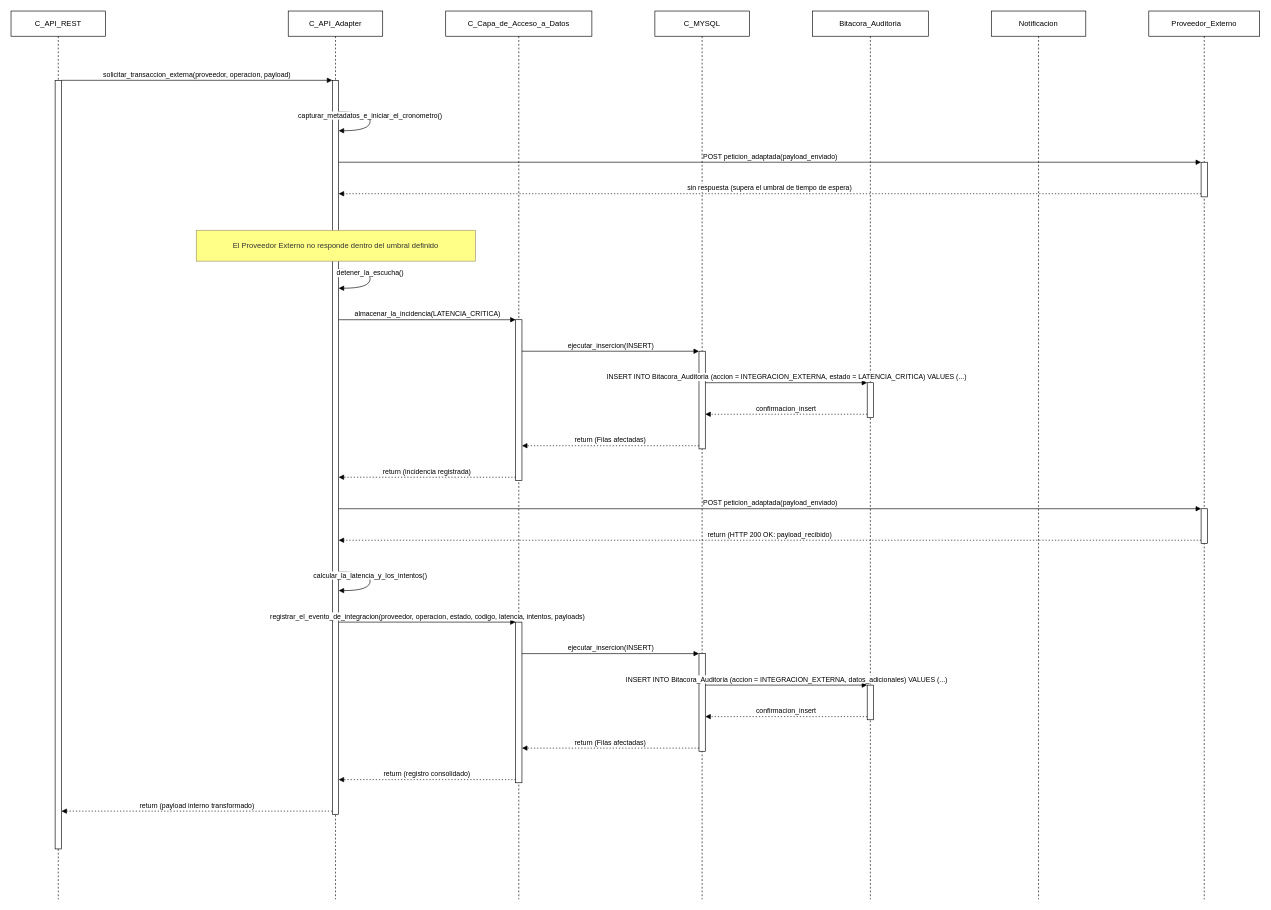
The draw.io diagram page "CU69 - Excepción 2" (3 of 4) of documentacion-incremento2/diagramas-secuencia/CU69/CU69.drawio in ThecheeseDX/IDS_FRO-Salud-App, before the edit. Source tidied: cells renumbered, new cells numbered last; positions are measured from the earlier drawing's top-left corner, leaving out a move shared by most shapes. Both pictures are drawn from the tidied source at 63%, with x=0, y=0 at pixel (11, 11).
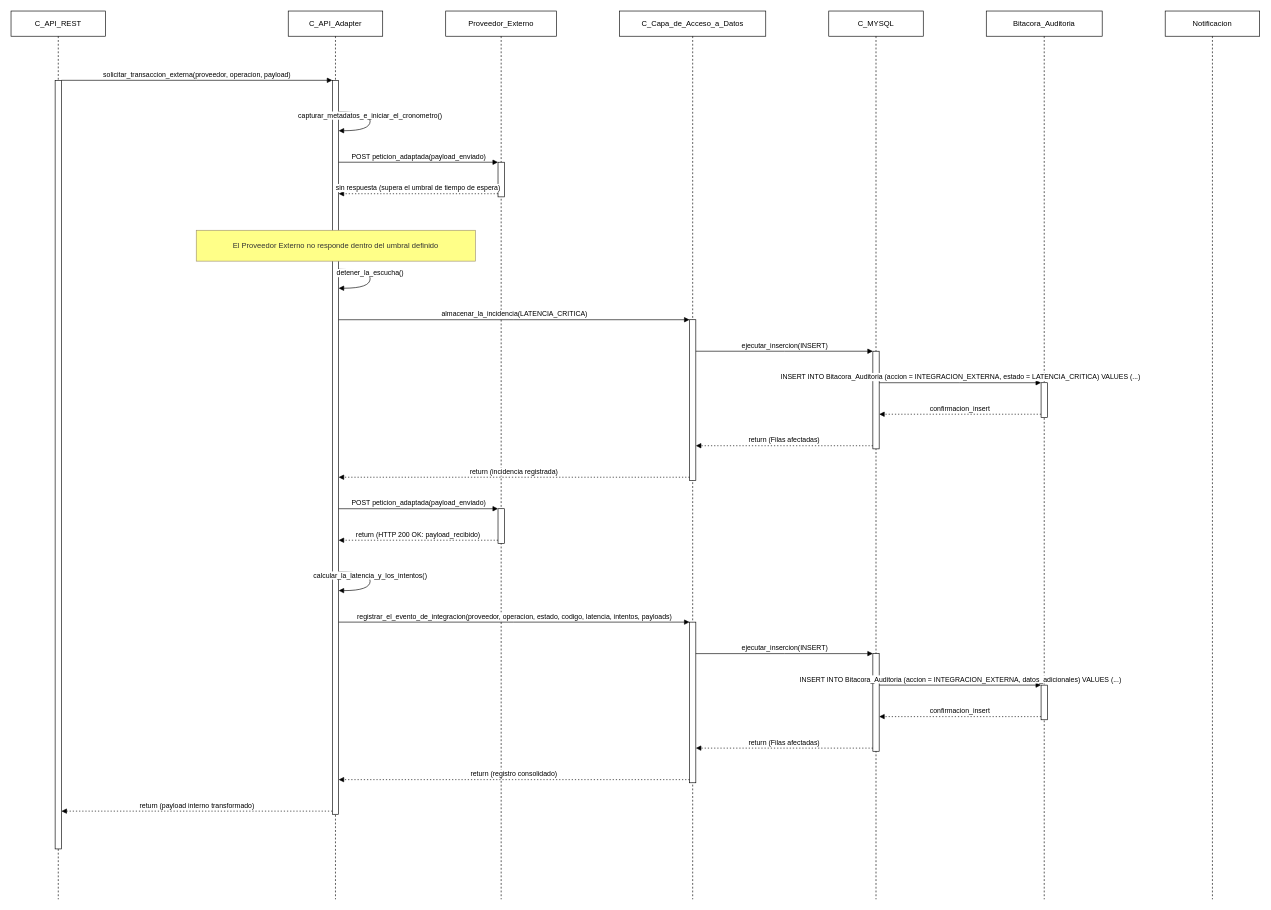
The same page after the edit.

Unchanged cells that the change refers to:
```xml
<mxCell id="5" style="html=1;points=[];perimeter=orthogonalPerimeter;outlineConnect=0;targetShapes=umlLifeline;portConstraint=eastwest;newEdgeStyle={&quot;edgeStyle&quot;:&quot;elbowEdgeStyle&quot;,&quot;elbow&quot;:&quot;vertical&quot;,&quot;curved&quot;:0,&quot;rounded&quot;:0};" parent="4" vertex="1">
  <mxGeometry x="70" y="110" width="10" height="1165" as="geometry" />
</mxCell>
```

Change to the diagram source:
```diff
@@
-    <mxCell id="6" value="C_Capa_de_Acceso_a_Datos" style="shape=umlLifeline;perimeter=lifelinePerimeter;whiteSpace=wrap;html=1;newEdgeStyle={&quot;edgeStyle&quot;:&quot;elbowEdgeStyle&quot;,&quot;elbow&quot;:&quot;vertical&quot;,&quot;curved&quot;:0,&quot;rounded&quot;:0};" parent="1" vertex="1">
-      <mxGeometry x="690" width="232" height="1410" as="geometry" />
+    <mxCell id="6" value="Proveedor_Externo" style="shape=umlLifeline;perimeter=lifelinePerimeter;whiteSpace=wrap;html=1;newEdgeStyle={&quot;edgeStyle&quot;:&quot;elbowEdgeStyle&quot;,&quot;elbow&quot;:&quot;vertical&quot;,&quot;curved&quot;:0,&quot;rounded&quot;:0};" parent="1" vertex="1">
+      <mxGeometry x="690" width="176" height="1410" as="geometry" />
     </mxCell>
     <mxCell id="7" style="html=1;points=[];perimeter=orthogonalPerimeter;outlineConnect=0;targetShapes=umlLifeline;portConstraint=eastwest;newEdgeStyle={&quot;edgeStyle&quot;:&quot;elbowEdgeStyle&quot;,&quot;elbow&quot;:&quot;vertical&quot;,&quot;curved&quot;:0,&quot;rounded&quot;:0};" parent="6" vertex="1">
-      <mxGeometry x="111" y="490" width="10" height="255" as="geometry" />
+      <mxGeometry x="83" y="240" width="10" height="55" as="geometry" />
     </mxCell>
     <mxCell id="8" style="html=1;points=[];perimeter=orthogonalPerimeter;outlineConnect=0;targetShapes=umlLifeline;portConstraint=eastwest;newEdgeStyle={&quot;edgeStyle&quot;:&quot;elbowEdgeStyle&quot;,&quot;elbow&quot;:&quot;vertical&quot;,&quot;curved&quot;:0,&quot;rounded&quot;:0};" parent="6" vertex="1">
-      <mxGeometry x="111" y="970" width="10" height="255" as="geometry" />
+      <mxGeometry x="83" y="790" width="10" height="55" as="geometry" />
     </mxCell>
-    <mxCell id="9" value="C_MYSQL" style="shape=umlLifeline;perimeter=lifelinePerimeter;whiteSpace=wrap;html=1;newEdgeStyle={&quot;edgeStyle&quot;:&quot;elbowEdgeStyle&quot;,&quot;elbow&quot;:&quot;vertical&quot;,&quot;curved&quot;:0,&quot;rounded&quot;:0};" parent="1" vertex="1">
-      <mxGeometry x="1022" width="150" height="1410" as="geometry" />
+    <mxCell id="9" value="C_Capa_de_Acceso_a_Datos" style="shape=umlLifeline;perimeter=lifelinePerimeter;whiteSpace=wrap;html=1;newEdgeStyle={&quot;edgeStyle&quot;:&quot;elbowEdgeStyle&quot;,&quot;elbow&quot;:&quot;vertical&quot;,&quot;curved&quot;:0,&quot;rounded&quot;:0};" parent="1" vertex="1">
+      <mxGeometry x="966" width="232" height="1410" as="geometry" />
     </mxCell>
     <mxCell id="10" style="html=1;points=[];perimeter=orthogonalPerimeter;outlineConnect=0;targetShapes=umlLifeline;portConstraint=eastwest;newEdgeStyle={&quot;edgeStyle&quot;:&quot;elbowEdgeStyle&quot;,&quot;elbow&quot;:&quot;vertical&quot;,&quot;curved&quot;:0,&quot;rounded&quot;:0};" parent="9" vertex="1">
-      <mxGeometry x="70" y="540" width="10" height="155" as="geometry" />
+      <mxGeometry x="111" y="490" width="10" height="255" as="geometry" />
     </mxCell>
     <mxCell id="11" style="html=1;points=[];perimeter=orthogonalPerimeter;outlineConnect=0;targetShapes=umlLifeline;portConstraint=eastwest;newEdgeStyle={&quot;edgeStyle&quot;:&quot;elbowEdgeStyle&quot;,&quot;elbow&quot;:&quot;vertical&quot;,&quot;curved&quot;:0,&quot;rounded&quot;:0};" parent="9" vertex="1">
-      <mxGeometry x="70" y="1020" width="10" height="155" as="geometry" />
+      <mxGeometry x="111" y="970" width="10" height="255" as="geometry" />
     </mxCell>
-    <mxCell id="12" value="Bitacora_Auditoria" style="shape=umlLifeline;perimeter=lifelinePerimeter;whiteSpace=wrap;html=1;newEdgeStyle={&quot;edgeStyle&quot;:&quot;elbowEdgeStyle&quot;,&quot;elbow&quot;:&quot;vertical&quot;,&quot;curved&quot;:0,&quot;rounded&quot;:0};" parent="1" vertex="1">
-      <mxGeometry x="1272" width="184" height="1410" as="geometry" />
+    <mxCell id="12" value="C_MYSQL" style="shape=umlLifeline;perimeter=lifelinePerimeter;whiteSpace=wrap;html=1;newEdgeStyle={&quot;edgeStyle&quot;:&quot;elbowEdgeStyle&quot;,&quot;elbow&quot;:&quot;vertical&quot;,&quot;curved&quot;:0,&quot;rounded&quot;:0};" parent="1" vertex="1">
+      <mxGeometry x="1298" width="150" height="1410" as="geometry" />
     </mxCell>
     <mxCell id="13" style="html=1;points=[];perimeter=orthogonalPerimeter;outlineConnect=0;targetShapes=umlLifeline;portConstraint=eastwest;newEdgeStyle={&quot;edgeStyle&quot;:&quot;elbowEdgeStyle&quot;,&quot;elbow&quot;:&quot;vertical&quot;,&quot;curved&quot;:0,&quot;rounded&quot;:0};" parent="12" vertex="1">
-      <mxGeometry x="87" y="590" width="10" height="55" as="geometry" />
+      <mxGeometry x="70" y="540" width="10" height="155" as="geometry" />
     </mxCell>
     <mxCell id="14" style="html=1;points=[];perimeter=orthogonalPerimeter;outlineConnect=0;targetShapes=umlLifeline;portConstraint=eastwest;newEdgeStyle={&quot;edgeStyle&quot;:&quot;elbowEdgeStyle&quot;,&quot;elbow&quot;:&quot;vertical&quot;,&quot;curved&quot;:0,&quot;rounded&quot;:0};" parent="12" vertex="1">
-      <mxGeometry x="87" y="1070" width="10" height="55" as="geometry" />
+      <mxGeometry x="70" y="1020" width="10" height="155" as="geometry" />
     </mxCell>
-    <mxCell id="15" value="Notificacion" style="shape=umlLifeline;perimeter=lifelinePerimeter;whiteSpace=wrap;html=1;newEdgeStyle={&quot;edgeStyle&quot;:&quot;elbowEdgeStyle&quot;,&quot;elbow&quot;:&quot;vertical&quot;,&quot;curved&quot;:0,&quot;rounded&quot;:0};" parent="1" vertex="1">
-      <mxGeometry x="1556" width="150" height="1410" as="geometry" />
+    <mxCell id="15" value="Bitacora_Auditoria" style="shape=umlLifeline;perimeter=lifelinePerimeter;whiteSpace=wrap;html=1;newEdgeStyle={&quot;edgeStyle&quot;:&quot;elbowEdgeStyle&quot;,&quot;elbow&quot;:&quot;vertical&quot;,&quot;curved&quot;:0,&quot;rounded&quot;:0};" parent="1" vertex="1">
+      <mxGeometry x="1548" width="184" height="1410" as="geometry" />
     </mxCell>
-    <mxCell id="16" value="Proveedor_Externo" style="shape=umlLifeline;perimeter=lifelinePerimeter;whiteSpace=wrap;html=1;outlineConnect=0;portConstraint=eastwest;newEdgeStyle={&quot;edgeStyle&quot;:&quot;elbowEdgeStyle&quot;,&quot;elbow&quot;:&quot;vertical&quot;,&quot;curved&quot;:0,&quot;rounded&quot;:0};" parent="1" vertex="1">
-      <mxGeometry x="1806" width="176" height="1410" as="geometry" />
+    <mxCell id="16" style="html=1;points=[];perimeter=orthogonalPerimeter;outlineConnect=0;targetShapes=umlLifeline;portConstraint=eastwest;newEdgeStyle={&quot;edgeStyle&quot;:&quot;elbowEdgeStyle&quot;,&quot;elbow&quot;:&quot;vertical&quot;,&quot;curved&quot;:0,&quot;rounded&quot;:0};" parent="15" vertex="1">
+      <mxGeometry x="87" y="590" width="10" height="55" as="geometry" />
     </mxCell>
-    <mxCell id="17" style="html=1;points=[];perimeter=orthogonalPerimeter;outlineConnect=0;targetShapes=umlLifeline;portConstraint=eastwest;newEdgeStyle={&quot;edgeStyle&quot;:&quot;elbowEdgeStyle&quot;,&quot;elbow&quot;:&quot;vertical&quot;,&quot;curved&quot;:0,&quot;rounded&quot;:0};" parent="16" vertex="1">
-      <mxGeometry x="83" y="240" width="10" height="55" as="geometry" />
+    <mxCell id="17" style="html=1;points=[];perimeter=orthogonalPerimeter;outlineConnect=0;targetShapes=umlLifeline;portConstraint=eastwest;newEdgeStyle={&quot;edgeStyle&quot;:&quot;elbowEdgeStyle&quot;,&quot;elbow&quot;:&quot;vertical&quot;,&quot;curved&quot;:0,&quot;rounded&quot;:0};" parent="15" vertex="1">
+      <mxGeometry x="87" y="1070" width="10" height="55" as="geometry" />
     </mxCell>
-    <mxCell id="18" style="html=1;points=[];perimeter=orthogonalPerimeter;outlineConnect=0;targetShapes=umlLifeline;portConstraint=eastwest;newEdgeStyle={&quot;edgeStyle&quot;:&quot;elbowEdgeStyle&quot;,&quot;elbow&quot;:&quot;vertical&quot;,&quot;curved&quot;:0,&quot;rounded&quot;:0};" parent="16" vertex="1">
-      <mxGeometry x="83" y="790" width="10" height="55" as="geometry" />
+    <mxCell id="18" value="Notificacion" style="shape=umlLifeline;perimeter=lifelinePerimeter;whiteSpace=wrap;html=1;outlineConnect=0;portConstraint=eastwest;newEdgeStyle={&quot;edgeStyle&quot;:&quot;elbowEdgeStyle&quot;,&quot;elbow&quot;:&quot;vertical&quot;,&quot;curved&quot;:0,&quot;rounded&quot;:0};" parent="1" vertex="1">
+      <mxGeometry x="1832" width="150" height="1410" as="geometry" />
     </mxCell>
@@
-    <mxCell id="21" value="POST peticion_adaptada(payload_enviado)" style="html=1;verticalAlign=bottom;edgeStyle=elbowEdgeStyle;elbow=vertical;curved=0;rounded=0;endArrow=block;" parent="1" edge="1" source="5" target="17">
+    <mxCell id="21" value="POST peticion_adaptada(payload_enviado)" style="html=1;verticalAlign=bottom;edgeStyle=elbowEdgeStyle;elbow=vertical;curved=0;rounded=0;endArrow=block;" parent="1" edge="1" source="5" target="7">
       <mxGeometry relative="1" as="geometry">
         <Array as="points">
-          <mxPoint x="1204" y="240" />
+          <mxPoint x="646" y="240" />
         </Array>
       </mxGeometry>
     </mxCell>
-    <mxCell id="22" value="sin respuesta (supera el umbral de tiempo de espera)" style="html=1;verticalAlign=bottom;edgeStyle=elbowEdgeStyle;elbow=vertical;curved=0;rounded=0;endArrow=block;dashed=1;dashPattern=2 3;" parent="1" edge="1" source="17" target="5">
+    <mxCell id="22" value="sin respuesta (supera el umbral de tiempo de espera)" style="html=1;verticalAlign=bottom;edgeStyle=elbowEdgeStyle;elbow=vertical;curved=0;rounded=0;endArrow=block;dashed=1;dashPattern=2 3;" parent="1" edge="1" source="7" target="5">
       <mxGeometry relative="1" as="geometry">
         <Array as="points">
-          <mxPoint x="1204" y="290" />
+          <mxPoint x="646" y="290" />
         </Array>
       </mxGeometry>
     </mxCell>
@@
-    <mxCell id="25" value="almacenar_la_incidencia(LATENCIA_CRITICA)" style="html=1;verticalAlign=bottom;edgeStyle=elbowEdgeStyle;elbow=vertical;curved=0;rounded=0;endArrow=block;" parent="1" edge="1" source="5" target="7">
+    <mxCell id="25" value="almacenar_la_incidencia(LATENCIA_CRITICA)" style="html=1;verticalAlign=bottom;edgeStyle=elbowEdgeStyle;elbow=vertical;curved=0;rounded=0;endArrow=block;" parent="1" edge="1" source="5" target="10">
       <mxGeometry relative="1" as="geometry">
         <Array as="points">
-          <mxPoint x="660" y="490" />
+          <mxPoint x="798" y="490" />
         </Array>
       </mxGeometry>
     </mxCell>
-    <mxCell id="26" value="ejecutar_insercion(INSERT)" style="html=1;verticalAlign=bottom;edgeStyle=elbowEdgeStyle;elbow=vertical;curved=0;rounded=0;endArrow=block;" parent="1" edge="1" source="7" target="10">
+    <mxCell id="26" value="ejecutar_insercion(INSERT)" style="html=1;verticalAlign=bottom;edgeStyle=elbowEdgeStyle;elbow=vertical;curved=0;rounded=0;endArrow=block;" parent="1" edge="1" source="10" target="13">
       <mxGeometry relative="1" as="geometry">
         <Array as="points">
-          <mxPoint x="952" y="540" />
+          <mxPoint x="1228" y="540" />
         </Array>
       </mxGeometry>
     </mxCell>
-    <mxCell id="27" value="INSERT INTO Bitacora_Auditoria (accion = INTEGRACION_EXTERNA, estado = LATENCIA_CRITICA) VALUES (...)" style="html=1;verticalAlign=bottom;edgeStyle=elbowEdgeStyle;elbow=vertical;curved=0;rounded=0;endArrow=block;" parent="1" edge="1" source="10" target="13">
+    <mxCell id="27" value="INSERT INTO Bitacora_Auditoria (accion = INTEGRACION_EXTERNA, estado = LATENCIA_CRITICA) VALUES (...)" style="html=1;verticalAlign=bottom;edgeStyle=elbowEdgeStyle;elbow=vertical;curved=0;rounded=0;endArrow=block;" parent="1" edge="1" source="13" target="16">
       <mxGeometry relative="1" as="geometry">
         <Array as="points">
-          <mxPoint x="1230" y="590" />
+          <mxPoint x="1506" y="590" />
         </Array>
       </mxGeometry>
     </mxCell>
-    <mxCell id="28" value="confirmacion_insert" style="html=1;verticalAlign=bottom;edgeStyle=elbowEdgeStyle;elbow=vertical;curved=0;rounded=0;endArrow=block;dashed=1;dashPattern=2 3;" parent="1" edge="1" source="13" target="10">
+    <mxCell id="28" value="confirmacion_insert" style="html=1;verticalAlign=bottom;edgeStyle=elbowEdgeStyle;elbow=vertical;curved=0;rounded=0;endArrow=block;dashed=1;dashPattern=2 3;" parent="1" edge="1" source="16" target="13">
       <mxGeometry relative="1" as="geometry">
         <Array as="points">
-          <mxPoint x="1230" y="640" />
+          <mxPoint x="1506" y="640" />
         </Array>
       </mxGeometry>
     </mxCell>
-    <mxCell id="29" value="return (Filas afectadas)" style="html=1;verticalAlign=bottom;edgeStyle=elbowEdgeStyle;elbow=vertical;curved=0;rounded=0;endArrow=block;dashed=1;dashPattern=2 3;" parent="1" edge="1" source="10" target="7">
+    <mxCell id="29" value="return (Filas afectadas)" style="html=1;verticalAlign=bottom;edgeStyle=elbowEdgeStyle;elbow=vertical;curved=0;rounded=0;endArrow=block;dashed=1;dashPattern=2 3;" parent="1" edge="1" source="13" target="10">
       <mxGeometry relative="1" as="geometry">
         <Array as="points">
-          <mxPoint x="952" y="690" />
+          <mxPoint x="1228" y="690" />
         </Array>
       </mxGeometry>
     </mxCell>
-    <mxCell id="30" value="return (incidencia registrada)" style="html=1;verticalAlign=bottom;edgeStyle=elbowEdgeStyle;elbow=vertical;curved=0;rounded=0;endArrow=block;dashed=1;dashPattern=2 3;" parent="1" edge="1" source="7" target="5">
+    <mxCell id="30" value="return (incidencia registrada)" style="html=1;verticalAlign=bottom;edgeStyle=elbowEdgeStyle;elbow=vertical;curved=0;rounded=0;endArrow=block;dashed=1;dashPattern=2 3;" parent="1" edge="1" source="10" target="5">
       <mxGeometry relative="1" as="geometry">
         <Array as="points">
-          <mxPoint x="660" y="740" />
+          <mxPoint x="798" y="740" />
         </Array>
       </mxGeometry>
     </mxCell>
-    <mxCell id="31" value="POST peticion_adaptada(payload_enviado)" style="html=1;verticalAlign=bottom;edgeStyle=elbowEdgeStyle;elbow=vertical;curved=0;rounded=0;endArrow=block;" parent="1" edge="1" source="5" target="18">
+    <mxCell id="31" value="POST peticion_adaptada(payload_enviado)" style="html=1;verticalAlign=bottom;edgeStyle=elbowEdgeStyle;elbow=vertical;curved=0;rounded=0;endArrow=block;" parent="1" edge="1" source="5" target="8">
       <mxGeometry relative="1" as="geometry">
         <Array as="points">
-          <mxPoint x="1204" y="790" />
+          <mxPoint x="646" y="790" />
         </Array>
       </mxGeometry>
     </mxCell>
-    <mxCell id="32" value="return (HTTP 200 OK: payload_recibido)" style="html=1;verticalAlign=bottom;edgeStyle=elbowEdgeStyle;elbow=vertical;curved=0;rounded=0;endArrow=block;dashed=1;dashPattern=2 3;" parent="1" edge="1" source="18" target="5">
+    <mxCell id="32" value="return (HTTP 200 OK: payload_recibido)" style="html=1;verticalAlign=bottom;edgeStyle=elbowEdgeStyle;elbow=vertical;curved=0;rounded=0;endArrow=block;dashed=1;dashPattern=2 3;" parent="1" edge="1" source="8" target="5">
       <mxGeometry relative="1" as="geometry">
         <Array as="points">
-          <mxPoint x="1204" y="840" />
+          <mxPoint x="646" y="840" />
         </Array>
       </mxGeometry>
     </mxCell>
@@
-    <mxCell id="34" value="registrar_el_evento_de_integracion(proveedor, operacion, estado, codigo, latencia, intentos, payloads)" style="html=1;verticalAlign=bottom;edgeStyle=elbowEdgeStyle;elbow=vertical;curved=0;rounded=0;endArrow=block;" parent="1" edge="1" source="5" target="8">
+    <mxCell id="34" value="registrar_el_evento_de_integracion(proveedor, operacion, estado, codigo, latencia, intentos, payloads)" style="html=1;verticalAlign=bottom;edgeStyle=elbowEdgeStyle;elbow=vertical;curved=0;rounded=0;endArrow=block;" parent="1" edge="1" source="5" target="11">
       <mxGeometry relative="1" as="geometry">
         <Array as="points">
-          <mxPoint x="660" y="970" />
+          <mxPoint x="798" y="970" />
         </Array>
       </mxGeometry>
     </mxCell>
-    <mxCell id="35" value="ejecutar_insercion(INSERT)" style="html=1;verticalAlign=bottom;edgeStyle=elbowEdgeStyle;elbow=vertical;curved=0;rounded=0;endArrow=block;" parent="1" edge="1" source="8" target="11">
+    <mxCell id="35" value="ejecutar_insercion(INSERT)" style="html=1;verticalAlign=bottom;edgeStyle=elbowEdgeStyle;elbow=vertical;curved=0;rounded=0;endArrow=block;" parent="1" edge="1" source="11" target="14">
       <mxGeometry relative="1" as="geometry">
         <Array as="points">
-          <mxPoint x="952" y="1020" />
+          <mxPoint x="1228" y="1020" />
         </Array>
       </mxGeometry>
     </mxCell>
-    <mxCell id="36" value="INSERT INTO Bitacora_Auditoria (accion = INTEGRACION_EXTERNA, datos_adicionales) VALUES (...)" style="html=1;verticalAlign=bottom;edgeStyle=elbowEdgeStyle;elbow=vertical;curved=0;rounded=0;endArrow=block;" parent="1" edge="1" source="11" target="14">
+    <mxCell id="36" value="INSERT INTO Bitacora_Auditoria (accion = INTEGRACION_EXTERNA, datos_adicionales) VALUES (...)" style="html=1;verticalAlign=bottom;edgeStyle=elbowEdgeStyle;elbow=vertical;curved=0;rounded=0;endArrow=block;" parent="1" edge="1" source="14" target="17">
       <mxGeometry relative="1" as="geometry">
         <Array as="points">
-          <mxPoint x="1230" y="1070" />
+          <mxPoint x="1506" y="1070" />
         </Array>
       </mxGeometry>
     </mxCell>
-    <mxCell id="37" value="confirmacion_insert" style="html=1;verticalAlign=bottom;edgeStyle=elbowEdgeStyle;elbow=vertical;curved=0;rounded=0;endArrow=block;dashed=1;dashPattern=2 3;" parent="1" edge="1" source="14" target="11">
+    <mxCell id="37" value="confirmacion_insert" style="html=1;verticalAlign=bottom;edgeStyle=elbowEdgeStyle;elbow=vertical;curved=0;rounded=0;endArrow=block;dashed=1;dashPattern=2 3;" parent="1" edge="1" source="17" target="14">
       <mxGeometry relative="1" as="geometry">
         <Array as="points">
-          <mxPoint x="1230" y="1120" />
+          <mxPoint x="1506" y="1120" />
         </Array>
       </mxGeometry>
     </mxCell>
-    <mxCell id="38" value="return (Filas afectadas)" style="html=1;verticalAlign=bottom;edgeStyle=elbowEdgeStyle;elbow=vertical;curved=0;rounded=0;endArrow=block;dashed=1;dashPattern=2 3;" parent="1" edge="1" source="11" target="8">
+    <mxCell id="38" value="return (Filas afectadas)" style="html=1;verticalAlign=bottom;edgeStyle=elbowEdgeStyle;elbow=vertical;curved=0;rounded=0;endArrow=block;dashed=1;dashPattern=2 3;" parent="1" edge="1" source="14" target="11">
       <mxGeometry relative="1" as="geometry">
         <Array as="points">
-          <mxPoint x="952" y="1170" />
+          <mxPoint x="1228" y="1170" />
         </Array>
       </mxGeometry>
     </mxCell>
-    <mxCell id="39" value="return (registro consolidado)" style="html=1;verticalAlign=bottom;edgeStyle=elbowEdgeStyle;elbow=vertical;curved=0;rounded=0;endArrow=block;dashed=1;dashPattern=2 3;" parent="1" edge="1" source="8" target="5">
+    <mxCell id="39" value="return (registro consolidado)" style="html=1;verticalAlign=bottom;edgeStyle=elbowEdgeStyle;elbow=vertical;curved=0;rounded=0;endArrow=block;dashed=1;dashPattern=2 3;" parent="1" edge="1" source="11" target="5">
       <mxGeometry relative="1" as="geometry">
         <Array as="points">
-          <mxPoint x="660" y="1220" />
+          <mxPoint x="798" y="1220" />
         </Array>
       </mxGeometry>
     </mxCell>
```
